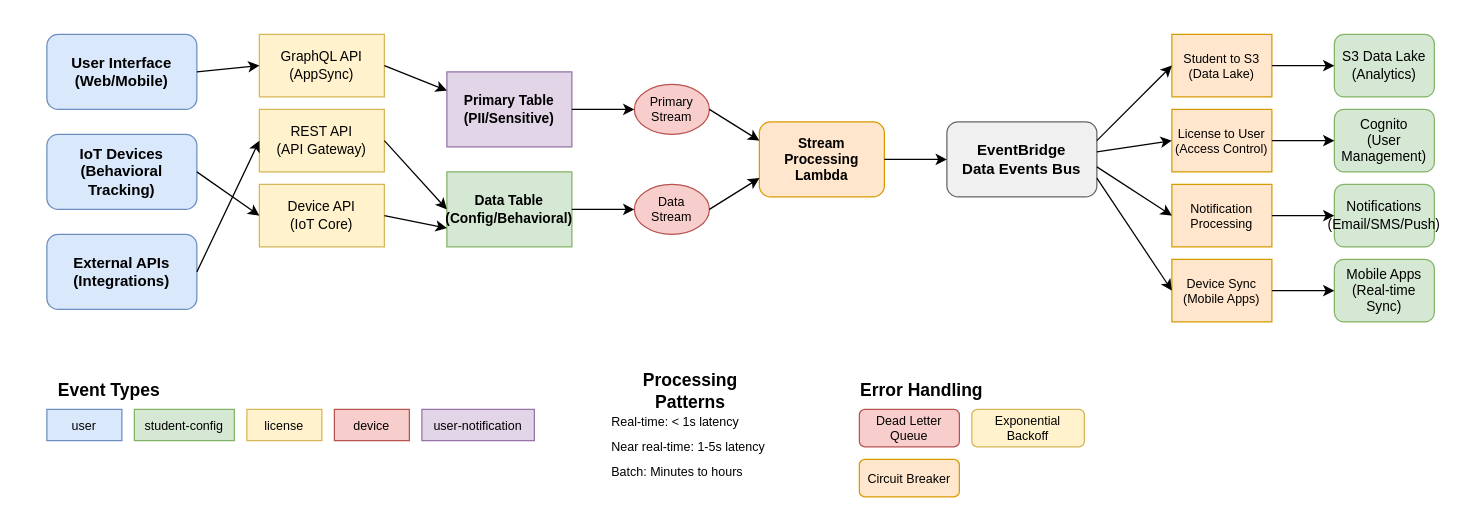
Above: docs/Architecture/diagrams/data-flow-patterns.drawio in mytaptrack/back-end (draw.io), before the change. Source tidied: cells renumbered, new cells numbered last; positions are measured from the earlier drawing's top-left corner, leaving out a move shared by most shapes. Both pictures are drawn from the tidied source at 125%, with x=0, y=0 at pixel (46, 34).
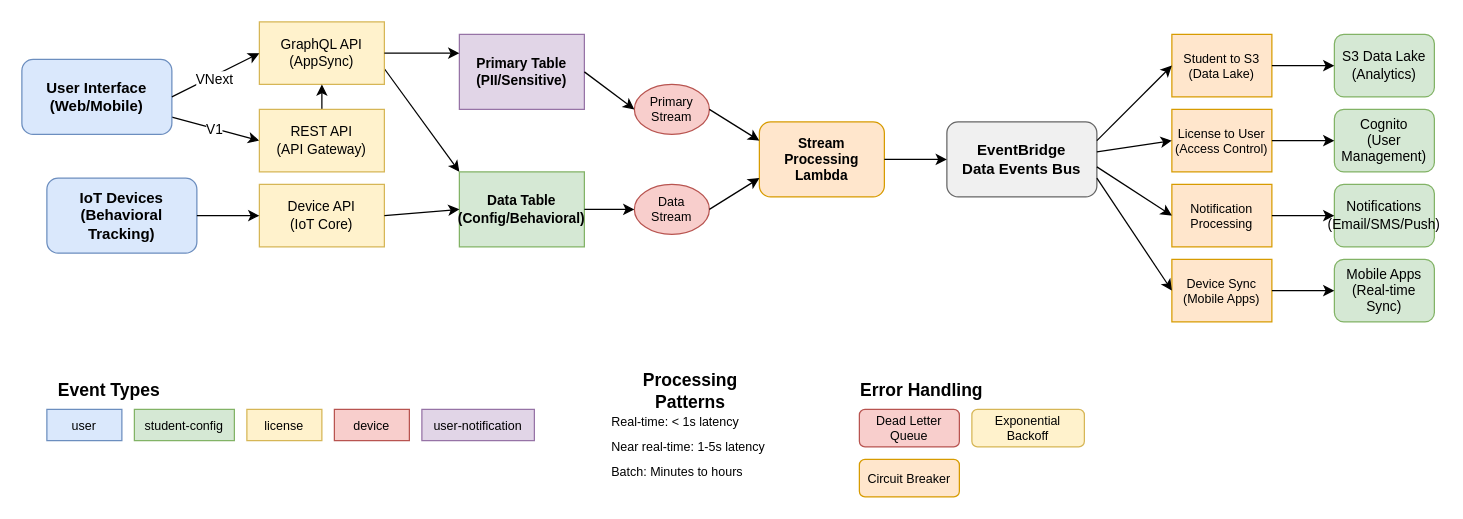
After the change.

The change refers to these unchanged cells:
```xml
<mxCell id="6" value="REST API&#10;(API Gateway)" style="rounded=0;whiteSpace=wrap;html=1;fillColor=#fff2cc;strokeColor=#d6b656;fontSize=11;fontColor=#000000;" parent="1" vertex="1">
  <mxGeometry x="170" y="60" width="100" height="50" as="geometry" />
</mxCell>
<mxCell id="7" value="Device API&#10;(IoT Core)" style="rounded=0;whiteSpace=wrap;html=1;fillColor=#fff2cc;strokeColor=#d6b656;fontSize=11;fontColor=#000000;" parent="1" vertex="1">
  <mxGeometry x="170" y="120" width="100" height="50" as="geometry" />
</mxCell>
<mxCell id="22" style="endArrow=classic;html=1;rounded=0;exitX=1;exitY=0.5;exitDx=0;exitDy=0;entryX=0;entryY=0.5;entryDx=0;entryDy=0;" parent="1" edge="1" source="2" target="5">
  <mxGeometry relative="1" as="geometry" />
</mxCell>
```

What changed in the source:
```diff
@@
+    <mxCell id="55" style="edgeStyle=none;html=1;entryX=0;entryY=0.5;entryDx=0;entryDy=0;" parent="1" edge="1" source="2" target="6">
+      <mxGeometry relative="1" as="geometry" />
+    </mxCell>
+    <mxCell id="56" value="V1" style="edgeLabel;html=1;align=center;verticalAlign=middle;" parent="55" vertex="1">
+      <mxGeometry x="-0.03" relative="1" as="geometry" />
+    </mxCell>
     <mxCell id="2" value="User Interface&#10;(Web/Mobile)" style="rounded=1;whiteSpace=wrap;html=1;fillColor=#dae8fc;strokeColor=#6c8ebf;fontSize=12;fontStyle=1;fontColor=#000000;" parent="1" vertex="1">
-      <mxGeometry width="120" height="60" as="geometry" />
+      <mxGeometry x="-20" y="20" width="120" height="60" as="geometry" />
     </mxCell>
     <mxCell id="3" value="IoT Devices&#10;(Behavioral Tracking)" style="rounded=1;whiteSpace=wrap;html=1;fillColor=#dae8fc;strokeColor=#6c8ebf;fontSize=12;fontStyle=1;fontColor=#000000;" parent="1" vertex="1">
-      <mxGeometry y="80" width="120" height="60" as="geometry" />
+      <mxGeometry y="115" width="120" height="60" as="geometry" />
     </mxCell>
-    <mxCell id="4" value="External APIs&#10;(Integrations)" style="rounded=1;whiteSpace=wrap;html=1;fillColor=#dae8fc;strokeColor=#6c8ebf;fontSize=12;fontStyle=1;fontColor=#000000;" parent="1" vertex="1">
-      <mxGeometry y="160" width="120" height="60" as="geometry" />
-    </mxCell>
+    <mxCell id="57" style="edgeStyle=none;html=1;exitX=1;exitY=0.75;exitDx=0;exitDy=0;entryX=0;entryY=0;entryDx=0;entryDy=0;" parent="1" edge="1" source="5" target="9">
+      <mxGeometry relative="1" as="geometry" />
+    </mxCell>
     <mxCell id="5" value="GraphQL API&#10;(AppSync)" style="rounded=0;whiteSpace=wrap;html=1;fillColor=#fff2cc;strokeColor=#d6b656;fontSize=11;fontColor=#000000;" parent="1" vertex="1">
-      <mxGeometry x="170" width="100" height="50" as="geometry" />
+      <mxGeometry x="170" y="-10" width="100" height="50" as="geometry" />
     </mxCell>
+    <mxCell id="58" style="edgeStyle=none;html=1;" parent="1" edge="1" source="6" target="5">
+      <mxGeometry relative="1" as="geometry" />
+    </mxCell>
@@
     <mxCell id="8" value="Primary Table&#10;(PII/Sensitive)" style="rounded=0;whiteSpace=wrap;html=1;fillColor=#e1d5e7;strokeColor=#9673a6;fontSize=11;fontStyle=1;fontColor=#000000;" parent="1" vertex="1">
-      <mxGeometry x="320" y="30" width="100" height="60" as="geometry" />
+      <mxGeometry x="330" width="100" height="60" as="geometry" />
     </mxCell>
     <mxCell id="9" value="Data Table&#10;(Config/Behavioral)" style="rounded=0;whiteSpace=wrap;html=1;fillColor=#d5e8d4;strokeColor=#82b366;fontSize=11;fontStyle=1;fontColor=#000000;" parent="1" vertex="1">
-      <mxGeometry x="320" y="110" width="100" height="60" as="geometry" />
+      <mxGeometry x="330" y="110" width="100" height="60" as="geometry" />
     </mxCell>
@@
+    <mxCell id="59" value="VNext" style="edgeLabel;html=1;align=center;verticalAlign=middle;" parent="22" vertex="1">
+      <mxGeometry x="-0.05" y="-2" relative="1" as="geometry" />
+    </mxCell>
@@
-    <mxCell id="24" style="endArrow=classic;html=1;rounded=0;exitX=1;exitY=0.5;exitDx=0;exitDy=0;entryX=0;entryY=0.5;entryDx=0;entryDy=0;" parent="1" edge="1" source="4" target="6">
-      <mxGeometry relative="1" as="geometry" />
-    </mxCell>
@@
-    <mxCell id="26" style="endArrow=classic;html=1;rounded=0;exitX=1;exitY=0.5;exitDx=0;exitDy=0;entryX=0;entryY=0.5;entryDx=0;entryDy=0;" parent="1" edge="1" source="6" target="9">
-      <mxGeometry relative="1" as="geometry" />
-    </mxCell>
-    <mxCell id="27" style="endArrow=classic;html=1;rounded=0;exitX=1;exitY=0.5;exitDx=0;exitDy=0;entryX=0;entryY=0.75;entryDx=0;entryDy=0;" parent="1" edge="1" source="7" target="9">
+    <mxCell id="27" style="endArrow=classic;html=1;rounded=0;exitX=1;exitY=0.5;exitDx=0;exitDy=0;entryX=0;entryY=0.5;entryDx=0;entryDy=0;" parent="1" edge="1" source="7" target="9">
       <mxGeometry relative="1" as="geometry" />
     </mxCell>
```
